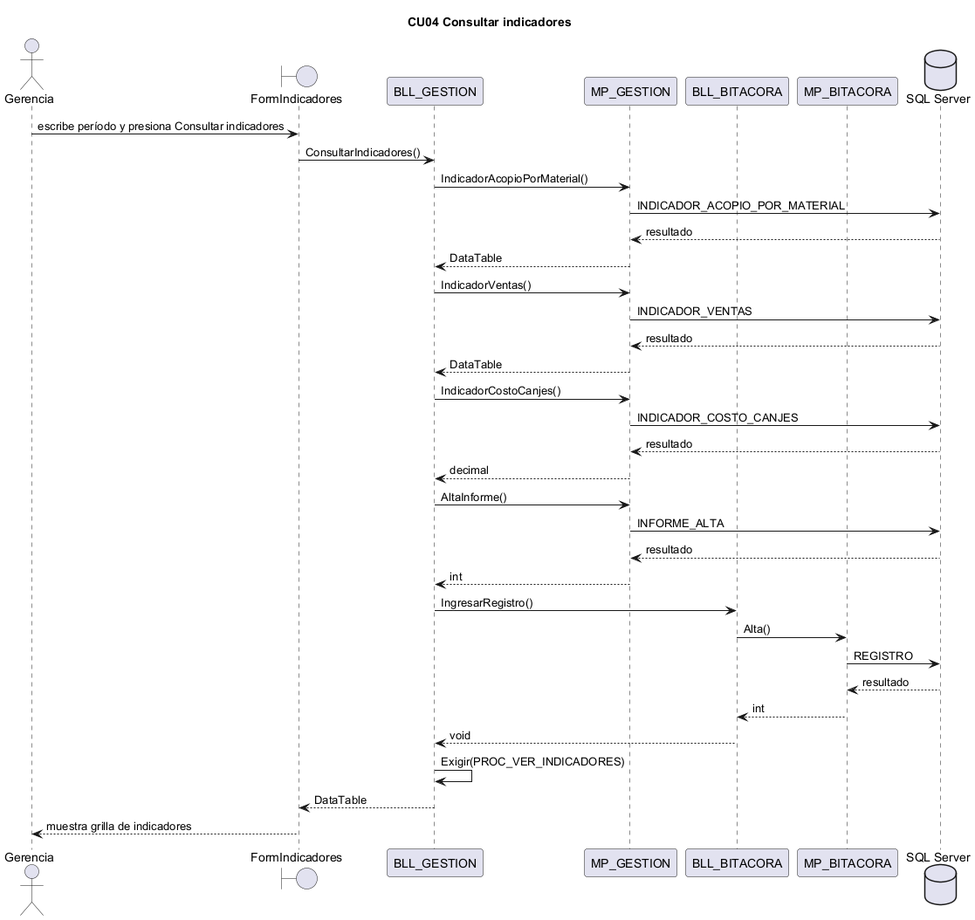
Earlier version of the PlantUML export docs/diagramas/secuencias_png/CU04.png (L-Muniz/uai-diploma_2026).
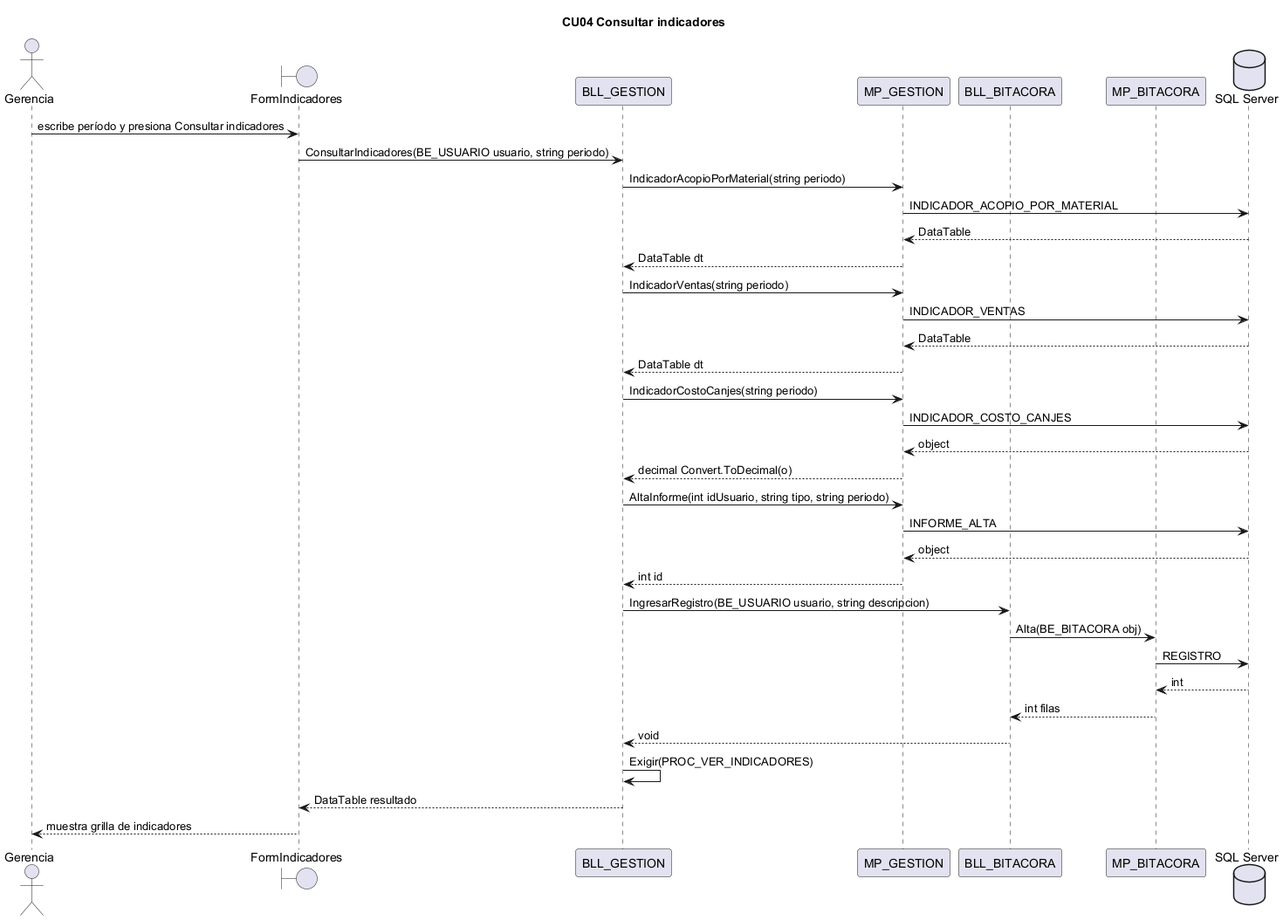
Above is the later version.

Change to the diagram source:
```diff
@@ -8,30 +8,30 @@
 participant MP_BITACORA
 database "SQL Server" as BD
 ACT -> FormIndicadores : escribe período y presiona Consultar indicadores
-FormIndicadores -> BLL_GESTION : ConsultarIndicadores()
-BLL_GESTION -> MP_GESTION : IndicadorAcopioPorMaterial()
+FormIndicadores -> BLL_GESTION : ConsultarIndicadores(BE_USUARIO usuario, string periodo)
+BLL_GESTION -> MP_GESTION : IndicadorAcopioPorMaterial(string periodo)
 MP_GESTION -> BD : INDICADOR_ACOPIO_POR_MATERIAL
-BD --> MP_GESTION : resultado
-MP_GESTION --> BLL_GESTION : DataTable
-BLL_GESTION -> MP_GESTION : IndicadorVentas()
+BD --> MP_GESTION : DataTable
+MP_GESTION --> BLL_GESTION : DataTable dt
+BLL_GESTION -> MP_GESTION : IndicadorVentas(string periodo)
 MP_GESTION -> BD : INDICADOR_VENTAS
-BD --> MP_GESTION : resultado
-MP_GESTION --> BLL_GESTION : DataTable
-BLL_GESTION -> MP_GESTION : IndicadorCostoCanjes()
+BD --> MP_GESTION : DataTable
+MP_GESTION --> BLL_GESTION : DataTable dt
+BLL_GESTION -> MP_GESTION : IndicadorCostoCanjes(string periodo)
 MP_GESTION -> BD : INDICADOR_COSTO_CANJES
-BD --> MP_GESTION : resultado
-MP_GESTION --> BLL_GESTION : decimal
-BLL_GESTION -> MP_GESTION : AltaInforme()
+BD --> MP_GESTION : object
+MP_GESTION --> BLL_GESTION : decimal Convert.ToDecimal(o)
+BLL_GESTION -> MP_GESTION : AltaInforme(int idUsuario, string tipo, string periodo)
 MP_GESTION -> BD : INFORME_ALTA
-BD --> MP_GESTION : resultado
-MP_GESTION --> BLL_GESTION : int
-BLL_GESTION -> BLL_BITACORA : IngresarRegistro()
-BLL_BITACORA -> MP_BITACORA : Alta()
+BD --> MP_GESTION : object
+MP_GESTION --> BLL_GESTION : int id
+BLL_GESTION -> BLL_BITACORA : IngresarRegistro(BE_USUARIO usuario, string descripcion)
+BLL_BITACORA -> MP_BITACORA : Alta(BE_BITACORA obj)
 MP_BITACORA -> BD : REGISTRO
-BD --> MP_BITACORA : resultado
-MP_BITACORA --> BLL_BITACORA : int
+BD --> MP_BITACORA : int
+MP_BITACORA --> BLL_BITACORA : int filas
 BLL_BITACORA --> BLL_GESTION : void
 BLL_GESTION -> BLL_GESTION : Exigir(PROC_VER_INDICADORES)
-BLL_GESTION --> FormIndicadores : DataTable
+BLL_GESTION --> FormIndicadores : DataTable resultado
 FormIndicadores --> ACT : muestra grilla de indicadores
 @enduml
```
